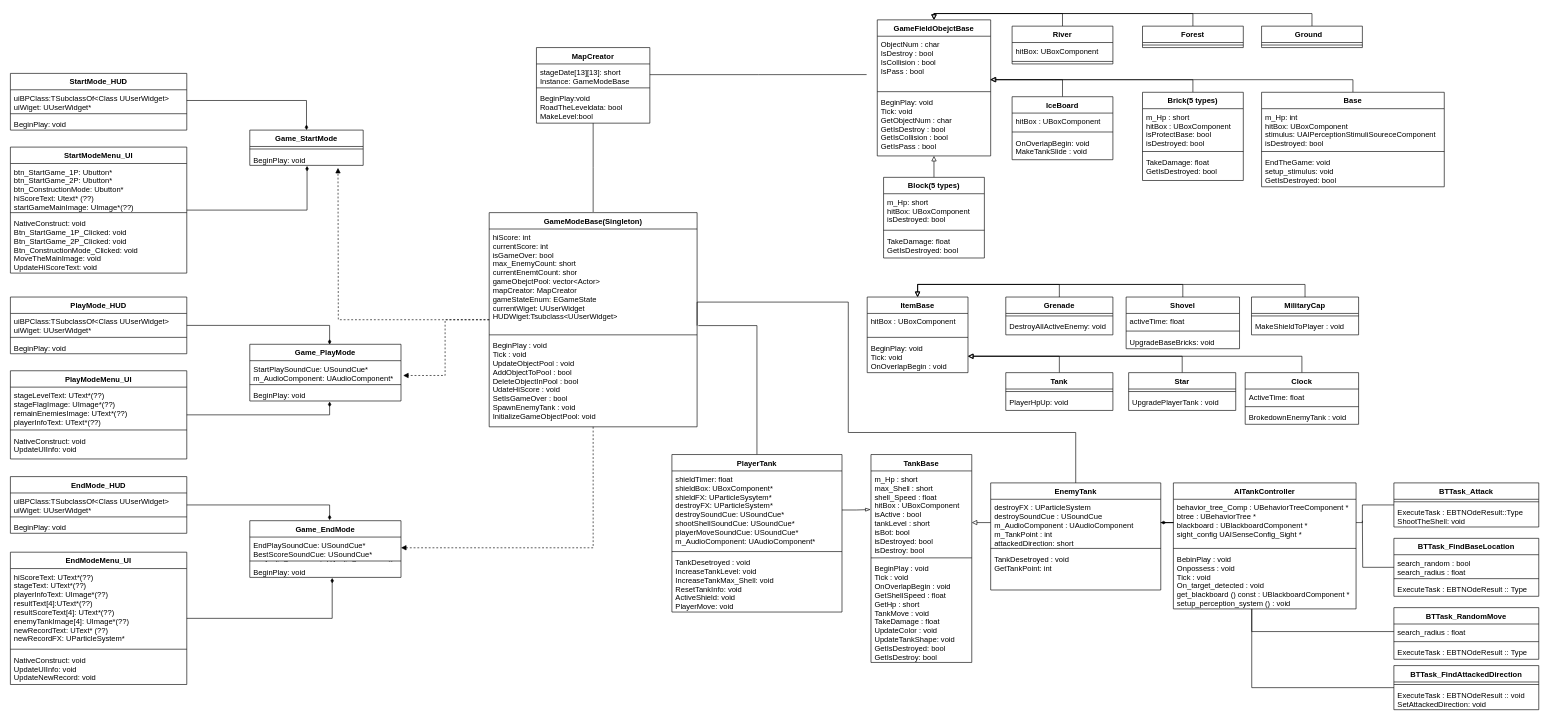
This is Untitled Diagram.drawio from zzaxowns/Study_LIST_IN_Vacation, a draw.io file, before an edit. Source tidied: cells renumbered, new cells numbered last; positions are measured from the earlier drawing's top-left corner, leaving out a move shared by most shapes. Both pictures are drawn from the tidied source at 63%, with x=0, y=0 at pixel (10, 20).
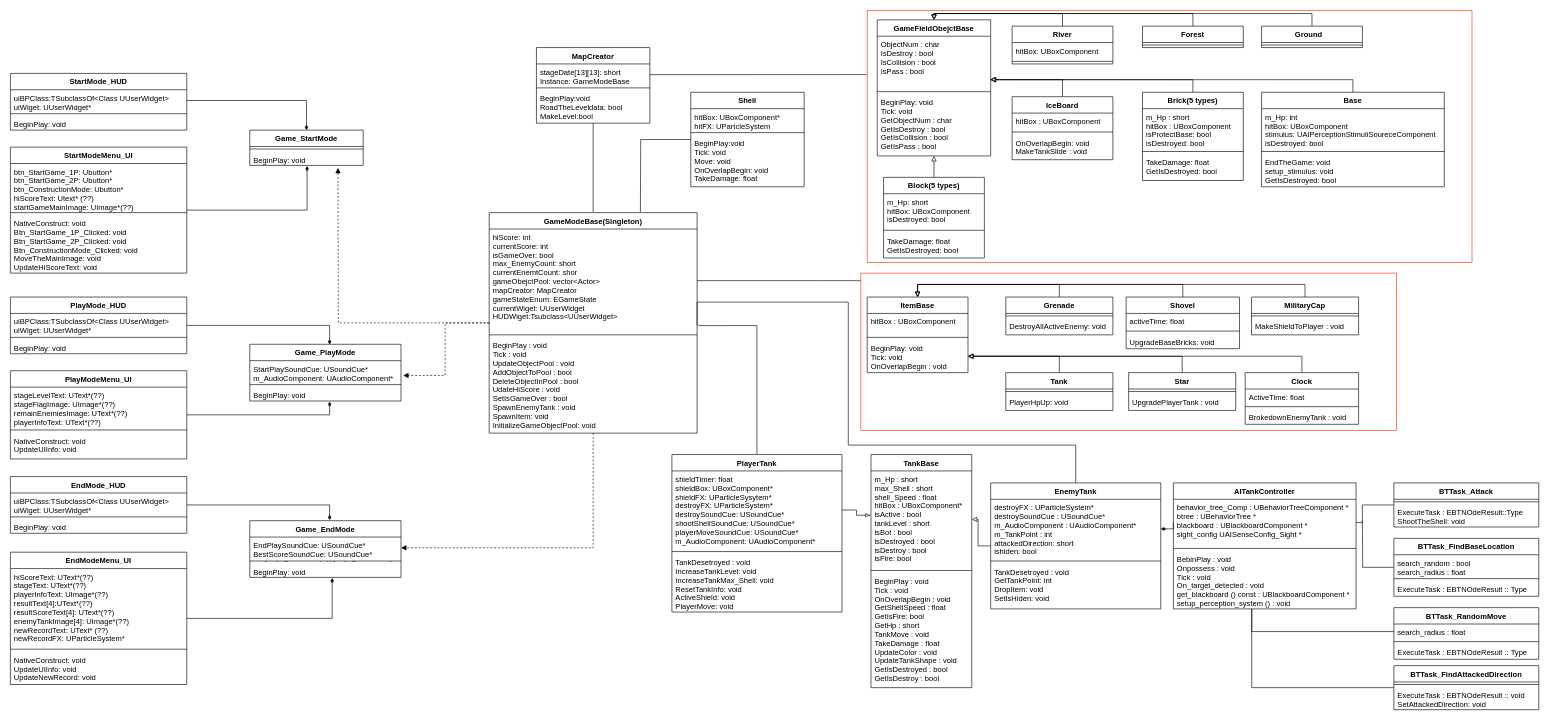
After the change.

The change refers to these unchanged cells:
```xml
<mxCell id="77" value="behavior_tree_Comp : UBehaviorTreeComponent *&#10;btree : UBehaviorTree * &#10;blackboard : UBlackboardComponent *&#10;sight_config UAISenseConfig_Sight *" style="text;strokeColor=none;fillColor=none;align=left;verticalAlign=top;spacingLeft=4;spacingRight=4;overflow=hidden;points=[[0,0.5],[1,0.5]];portConstraint=eastwest;" parent="76" vertex="1">
  <mxGeometry y="26" width="290" height="74" as="geometry" />
</mxCell>
<mxCell id="108" value="hiScore: int&#10;currentScore: int&#10;isGameOver: bool&#10;max_EnemyCount: short&#10;currentEnemtCount: shor&#10;gameObejctPool: vector&lt;Actor&gt;&#10;mapCreator: MapCreator&#10;gameStateEnum: EGameState&#10;currentWiget: UUserWidget&#10;HUDWiget:Tsubclass&lt;UUserWidget&gt;&#10;" style="text;strokeColor=none;fillColor=none;align=left;verticalAlign=top;spacingLeft=4;spacingRight=4;overflow=hidden;points=[[0,0.5],[1,0.5]];portConstraint=eastwest;" parent="107" vertex="1">
  <mxGeometry y="26" width="330" height="164" as="geometry" />
</mxCell>
```

Change to the diagram source:
```diff
@@
+    <mxCell id="159" style="rounded=0;whiteSpace=wrap;html=1;fillColor=none;strokeColor=#FF3300;" parent="1" vertex="1">
+      <mxGeometry x="1360" y="-15" width="960" height="400" as="geometry" />
+    </mxCell>
+    <mxCell id="160" style="edgeStyle=orthogonalEdgeStyle;rounded=0;jettySize=auto;html=1;entryX=1;entryY=0.5;entryDx=0;entryDy=0;endArrow=none;endFill=0;" parent="1" edge="1" source="161" target="108">
+      <mxGeometry relative="1" as="geometry">
+        <Array as="points">
+          <mxPoint x="1280" y="414" />
+          <mxPoint x="1280" y="414" />
+        </Array>
+      </mxGeometry>
+    </mxCell>
+    <mxCell id="161" style="rounded=0;whiteSpace=wrap;html=1;fillColor=none;strokeColor=#FF3300;" parent="1" vertex="1">
+      <mxGeometry x="1350" y="402" width="850" height="250" as="geometry" />
+    </mxCell>
@@
     <mxCell id="66" value="TankBase" style="swimlane;fontStyle=1;align=center;verticalAlign=top;horizontal=1;startSize=26;" parent="1" vertex="1">
-      <mxGeometry x="1366" y="690" width="160" height="330" as="geometry" />
+      <mxGeometry x="1366" y="690" width="160" height="370" as="geometry" />
     </mxCell>
-    <mxCell id="67" value="m_Hp : short &#10;max_Shell : short &#10;shell_Speed : float         &#10;hitBox : UBoxComponent &#10;isActive : bool &#10;tankLevel : short&#10;isBot: bool&#10;isDestroyed: bool&#10;isDestroy: bool&#10;&#10;&#10;" style="text;strokeColor=none;fillColor=none;align=left;verticalAlign=top;spacingLeft=4;spacingRight=4;overflow=hidden;points=[[0,0.5],[1,0.5]];portConstraint=eastwest;" parent="66" vertex="1">
-      <mxGeometry y="26" width="160" height="134" as="geometry" />
+    <mxCell id="67" value="m_Hp : short &#10;max_Shell : short &#10;shell_Speed : float          &#10;hitBox : UBoxComponent*&#10;isActive : bool &#10;tankLevel : short &#10;isBot : bool &#10;isDestroyed : bool &#10;isDestroy : bool&#10;isFire: bool&#10;&#10;&#10;&#10;" style="text;strokeColor=none;fillColor=none;align=left;verticalAlign=top;spacingLeft=4;spacingRight=4;overflow=hidden;points=[[0,0.5],[1,0.5]];portConstraint=eastwest;" parent="66" vertex="1">
+      <mxGeometry y="26" width="160" height="154" as="geometry" />
     </mxCell>
     <mxCell id="68" style="line;strokeWidth=1;fillColor=none;align=left;verticalAlign=middle;spacingTop=-1;spacingLeft=3;spacingRight=3;labelPosition=right;" parent="66" vertex="1">
-      <mxGeometry y="160" width="160" height="8" as="geometry" />
+      <mxGeometry y="180" width="160" height="8" as="geometry" />
     </mxCell>
-    <mxCell id="69" value="BeginPlay : void &#10;Tick : void &#10;OnOverlapBegin : void       &#10;GetShellSpeed : float &#10;GetHp : short &#10;TankMove : void &#10;TakeDamage : float &#10;UpdateColor : void&#10;UpdateTankShape: void&#10;GetIsDestroyed: bool&#10;GetIsDestroy: bool&#10;&#10;" style="text;strokeColor=none;fillColor=none;align=left;verticalAlign=top;spacingLeft=4;spacingRight=4;overflow=hidden;" parent="66" vertex="1">
-      <mxGeometry y="168" width="160" height="162" as="geometry" />
+    <mxCell id="69" value="BeginPlay : void &#10;Tick : void &#10;OnOverlapBegin : void        &#10;GetShellSpeed : float &#10;GetIsFire: bool&#10;GetHp : short &#10;TankMove : void &#10;TakeDamage : float &#10;UpdateColor : void &#10;UpdateTankShape : void &#10;GetIsDestroyed : bool &#10;GetIsDestroy : bool&#10;&#10;" style="text;strokeColor=none;fillColor=none;align=left;verticalAlign=top;spacingLeft=4;spacingRight=4;overflow=hidden;" parent="66" vertex="1">
+      <mxGeometry y="188" width="160" height="182" as="geometry" />
     </mxCell>
     <mxCell id="70" style="edgeStyle=orthogonalEdgeStyle;rounded=0;jettySize=auto;html=1;entryX=1;entryY=0.935;entryDx=0;entryDy=0;entryPerimeter=0;endArrow=none;endFill=0;gradientColor=none;" parent="1" edge="1" source="71" target="108">
       <mxGeometry relative="1" as="geometry">
         <Array as="points">
-          <mxPoint x="1691" y="655" />
-          <mxPoint x="1330" y="655" />
+          <mxPoint x="1691" y="675" />
+          <mxPoint x="1330" y="675" />
           <mxPoint x="1330" y="448" />
+          <mxPoint x="1090" y="448" />
         </Array>
       </mxGeometry>
     </mxCell>
+    <mxCell id="162" style="edgeStyle=orthogonalEdgeStyle;rounded=0;jettySize=auto;html=1;entryX=1;entryY=0.5;entryDx=0;entryDy=0;endArrow=block;endFill=0;" parent="1" edge="1" source="71" target="67">
+      <mxGeometry relative="1" as="geometry" />
+    </mxCell>
     <mxCell id="71" value="EnemyTank" style="swimlane;fontStyle=1;align=center;verticalAlign=top;horizontal=1;startSize=26;" parent="1" vertex="1">
-      <mxGeometry x="1556" y="735" width="270" height="170" as="geometry" />
+      <mxGeometry x="1556" y="735" width="270" height="200" as="geometry" />
     </mxCell>
-    <mxCell id="72" value="destroyFX : UParticleSystem &#10;destroySoundCue : USoundCue &#10;m_AudioComponent : UAudioComponent &#10;m_TankPoint : int&#10;attackedDirection: short&#10;&#10;" style="text;strokeColor=none;fillColor=none;align=left;verticalAlign=top;spacingLeft=4;spacingRight=4;overflow=hidden;points=[[0,0.5],[1,0.5]];portConstraint=eastwest;" parent="71" vertex="1">
-      <mxGeometry y="26" width="270" height="74" as="geometry" />
+    <mxCell id="72" value="destroyFX : UParticleSystem*&#10;destroySoundCue : USoundCue*&#10;m_AudioComponent : UAudioComponent*&#10;m_TankPoint : int&#10;attackedDirection: short&#10;ishiden: bool&#10;&#10;&#10;" style="text;strokeColor=none;fillColor=none;align=left;verticalAlign=top;spacingLeft=4;spacingRight=4;overflow=hidden;points=[[0,0.5],[1,0.5]];portConstraint=eastwest;" parent="71" vertex="1">
+      <mxGeometry y="26" width="270" height="94" as="geometry" />
     </mxCell>
     <mxCell id="73" style="line;strokeWidth=1;fillColor=none;align=left;verticalAlign=middle;spacingTop=-1;spacingLeft=3;spacingRight=3;labelPosition=right;" parent="71" vertex="1">
-      <mxGeometry y="100" width="270" height="8" as="geometry" />
+      <mxGeometry y="120" width="270" height="8" as="geometry" />
     </mxCell>
-    <mxCell id="74" value="TankDesetroyed : void&#10;GetTankPoint: int&#10;" style="text;strokeColor=none;fillColor=none;align=left;verticalAlign=top;spacingLeft=4;spacingRight=4;overflow=hidden;" parent="71" vertex="1">
-      <mxGeometry y="108" width="270" height="62" as="geometry" />
+    <mxCell id="74" value="TankDesetroyed : void&#10;GetTankPoint: int&#10;DropItem: void&#10;SetIsHiden: void" style="text;strokeColor=none;fillColor=none;align=left;verticalAlign=top;spacingLeft=4;spacingRight=4;overflow=hidden;" parent="71" vertex="1">
+      <mxGeometry y="128" width="270" height="72" as="geometry" />
     </mxCell>
-    <mxCell id="75" style="edgeStyle=orthogonalEdgeStyle;rounded=0;jettySize=auto;html=1;exitX=0;exitY=0.5;exitDx=0;exitDy=0;endArrow=block;endFill=0;" parent="1" edge="1" source="72">
-      <mxGeometry relative="1" as="geometry">
-        <mxPoint x="1526" y="798" as="targetPoint" />
-      </mxGeometry>
-    </mxCell>
@@
     <mxCell id="84" style="edgeStyle=orthogonalEdgeStyle;rounded=0;jettySize=auto;html=1;exitX=0;exitY=0.5;exitDx=0;exitDy=0;endArrow=diamondThin;endFill=1;" parent="1" edge="1" source="77" target="72">
-      <mxGeometry relative="1" as="geometry" />
+      <mxGeometry relative="1" as="geometry">
+        <Array as="points">
+          <mxPoint x="1846" y="808" />
+        </Array>
+      </mxGeometry>
     </mxCell>
@@
     <mxCell id="107" value="GameModeBase(Singleton)" style="swimlane;fontStyle=1;align=center;verticalAlign=top;horizontal=1;startSize=26;" parent="1" vertex="1">
-      <mxGeometry x="760" y="306" width="330" height="340" as="geometry" />
+      <mxGeometry x="760" y="306" width="330" height="350" as="geometry" />
     </mxCell>
@@
-    <mxCell id="110" value="BeginPlay : void &#10;Tick : void &#10;UpdateObjectPool : void &#10;AddObjectToPool : bool &#10;DeleteObjectInPool : bool &#10;UdateHiScore : void &#10;SetIsGameOver : bool &#10;SpawnEnemyTank : void&#10;InitializeGameObjectPool: void&#10;&#10;&#10;" style="text;strokeColor=none;fillColor=none;align=left;verticalAlign=top;spacingLeft=4;spacingRight=4;overflow=hidden;" parent="107" vertex="1">
-      <mxGeometry y="198" width="330" height="142" as="geometry" />
+    <mxCell id="110" value="BeginPlay : void &#10;Tick : void &#10;UpdateObjectPool : void &#10;AddObjectToPool : bool &#10;DeleteObjectInPool : bool &#10;UdateHiScore : void &#10;SetIsGameOver : bool &#10;SpawnEnemyTank : void&#10;SpawnItem: void&#10;InitializeGameObjectPool: void&#10;&#10;&#10;" style="text;strokeColor=none;fillColor=none;align=left;verticalAlign=top;spacingLeft=4;spacingRight=4;overflow=hidden;" parent="107" vertex="1">
+      <mxGeometry y="198" width="330" height="152" as="geometry" />
     </mxCell>
@@
+    <mxCell id="163" style="edgeStyle=orthogonalEdgeStyle;rounded=0;jettySize=auto;html=1;endArrow=none;endFill=0;" parent="1" edge="1" source="164">
+      <mxGeometry relative="1" as="geometry">
+        <mxPoint x="1000" y="305" as="targetPoint" />
+      </mxGeometry>
+    </mxCell>
+    <mxCell id="164" value="Shell" style="swimlane;fontStyle=1;align=center;verticalAlign=top;horizontal=1;startSize=26;" parent="1" vertex="1">
+      <mxGeometry x="1080" y="115" width="180" height="150" as="geometry" />
+    </mxCell>
+    <mxCell id="165" value="hitBox: UBoxComponent*&#10;hitFX: UPartcleSystem" style="text;strokeColor=none;fillColor=none;align=left;verticalAlign=top;spacingLeft=4;spacingRight=4;overflow=hidden;" parent="164" vertex="1">
+      <mxGeometry y="26" width="180" height="34" as="geometry" />
+    </mxCell>
+    <mxCell id="166" style="line;strokeWidth=1;fillColor=none;align=left;verticalAlign=middle;spacingTop=-1;spacingLeft=3;spacingRight=3;labelPosition=right;" parent="164" vertex="1">
+      <mxGeometry y="60" width="180" height="8" as="geometry" />
+    </mxCell>
+    <mxCell id="167" value="BeginPlay:void&#10;Tick: void &#10;Move: void&#10;OnOverlapBegin: void&#10;TakeDamage: float" style="text;strokeColor=none;fillColor=none;align=left;verticalAlign=top;spacingLeft=4;spacingRight=4;overflow=hidden;" parent="164" vertex="1">
+      <mxGeometry y="68" width="180" height="82" as="geometry" />
+    </mxCell>
```
